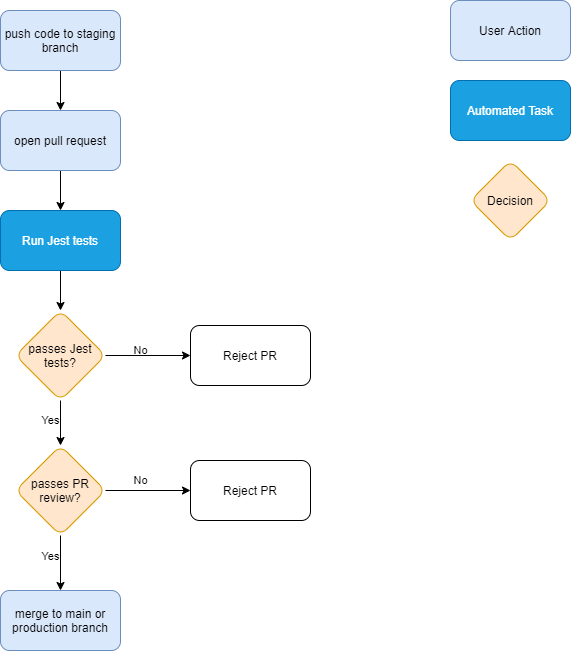
Earlier version of the draw.io export pipeline/phase1.drawio.png (Kelynn23/cse110-w21-group22). Source tidied: cells renumbered, new cells last; positions are measured from the earlier drawing's top-left corner, leaving out a move shared by most shapes.
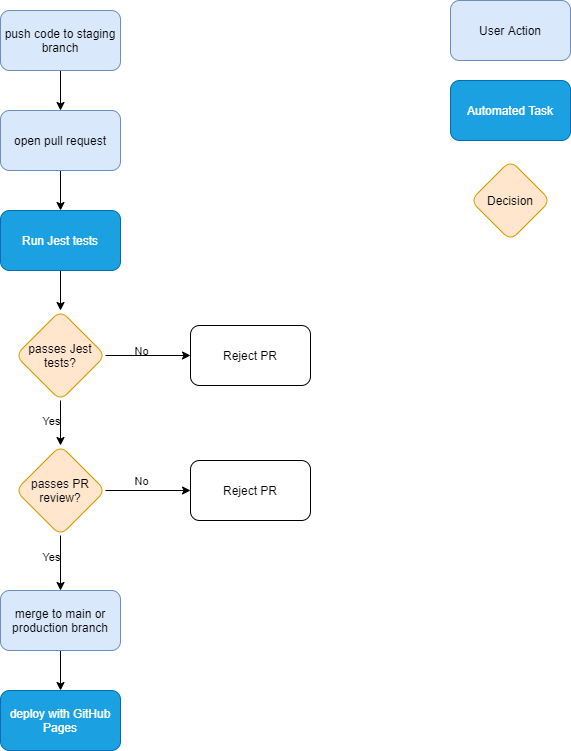
Later version of the same file.

Commit message:
pipeline demo

What changed in the source:
```diff
@@ -8,6 +8,9 @@
     <mxCell id="3" value="&lt;font color=&quot;#000000&quot;&gt;push code to staging branch&lt;/font&gt;" style="rounded=1;whiteSpace=wrap;html=1;fillColor=#dae8fc;strokeColor=#6c8ebf;" parent="1" vertex="1">
       <mxGeometry y="10" width="120" height="60" as="geometry" />
     </mxCell>
+    <mxCell id="24" style="edgeStyle=orthogonalEdgeStyle;rounded=0;jettySize=auto;html=1;exitX=0.5;exitY=1;exitDx=0;exitDy=0;entryX=0.5;entryY=0;entryDx=0;entryDy=0;fontColor=#000000;" parent="1" edge="1" source="4" target="25">
+      <mxGeometry relative="1" as="geometry" />
+    </mxCell>
     <mxCell id="4" value="&lt;font color=&quot;#000000&quot;&gt;merge to main or production branch&lt;/font&gt;" style="rounded=1;whiteSpace=wrap;html=1;strokeColor=#6c8ebf;fillColor=#dae8fc;" parent="1" vertex="1">
       <mxGeometry y="590" width="120" height="60" as="geometry" />
     </mxCell>
@@ -76,5 +79,8 @@
     <mxCell id="23" value="&lt;font color=&quot;#000000&quot;&gt;Decision&lt;/font&gt;" style="rhombus;whiteSpace=wrap;html=1;rounded=1;strokeColor=#d79b00;fillColor=#ffe6cc;" parent="1" vertex="1">
       <mxGeometry x="470" y="160" width="80" height="80" as="geometry" />
     </mxCell>
+    <mxCell id="25" value="deploy with GitHub Pages" style="rounded=1;whiteSpace=wrap;html=1;strokeColor=#006EAF;fillColor=#1ba1e2;fontColor=#ffffff;" parent="1" vertex="1">
+      <mxGeometry y="690" width="120" height="60" as="geometry" />
+    </mxCell>
   </root>
 </mxGraphModel>
```
